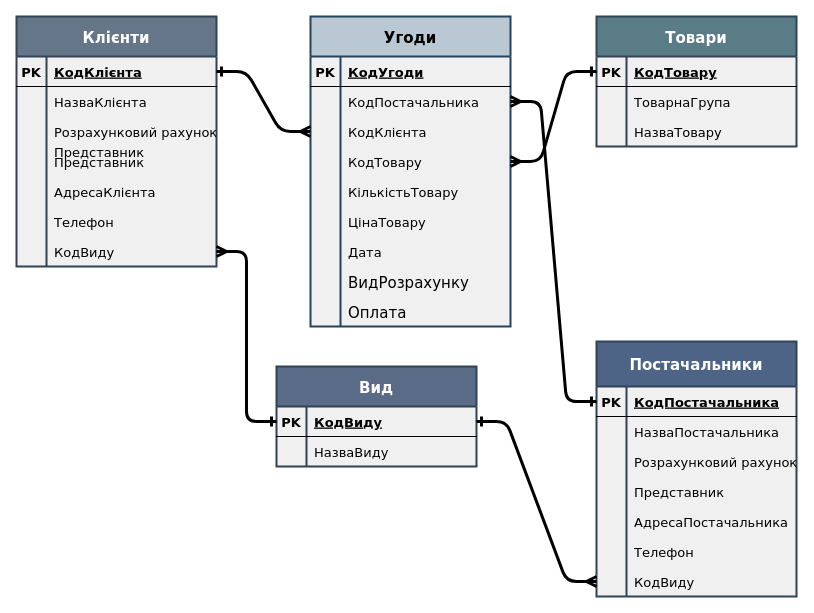
Before: second.drawio in Petqka/Draw.io, a draw.io diagram. Source tidied: cells renumbered, new cells numbered last; positions are measured from the earlier drawing's top-left corner, leaving out a move shared by most shapes. Both pictures are drawn from the tidied source at 100%, with x=0, y=0 at pixel (16, 16).
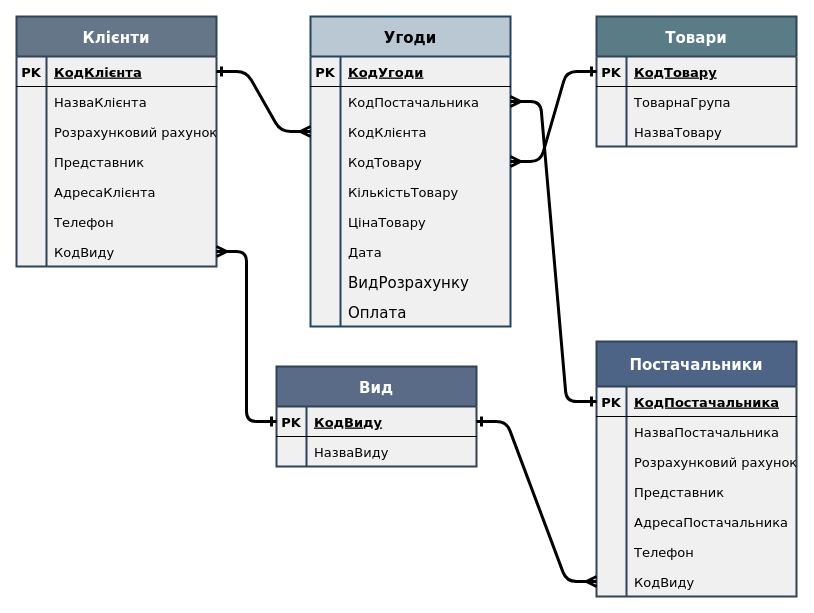
Above is the later version.

Unchanged cells that the change refers to:
```xml
<mxCell id="24" style="shape=tableRow;horizontal=0;startSize=0;swimlaneHead=0;swimlaneBody=0;fillColor=none;top=0;left=0;right=0;bottom=0;fontFamily=Verdana;fontSize=13;" parent="1" vertex="1">
  <mxGeometry y="120" width="180" height="30" as="geometry" />
</mxCell>
```

The edit, as a diff of the source:
```diff
@@
-    <mxCell id="26" value="Представник" style="shape=partialRectangle;fillColor=none;top=0;left=0;bottom=0;right=0;align=left;spacingLeft=6;overflow=hidden;fontFamily=Verdana;fontSize=13;" parent="24" vertex="1">
-      <mxGeometry x="30" width="150" height="30" as="geometry" />
-    </mxCell>
```
